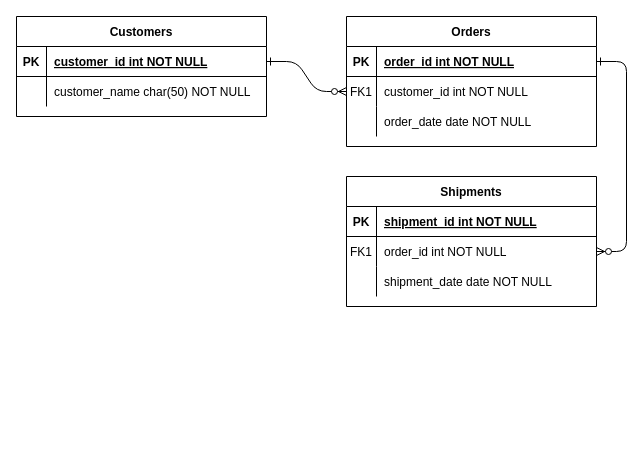
INNOVAcodersISPC/ARGBroker keeps this draw.io diagram as Documentación/Diagrama-Entidad-Relacion.drawio. Above is the earlier version. Source tidied: cells renumbered, new cells numbered last; positions are measured from the earlier drawing's top-left corner, leaving out a move shared by most shapes. Both pictures are drawn from the tidied source at 100%, with x=0, y=0 at pixel (16, 16).
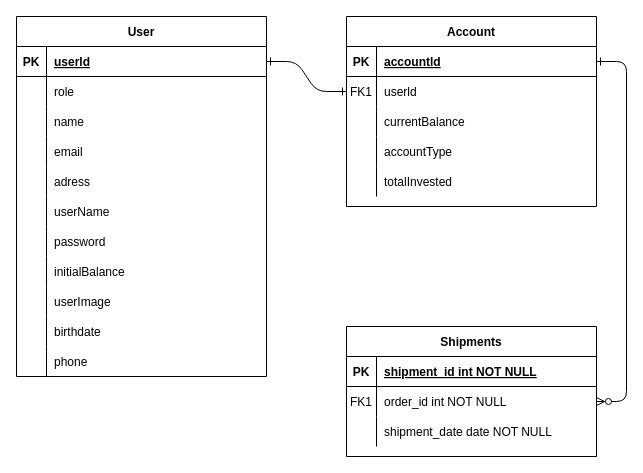
After the change.

Unchanged cells that the change refers to:
```xml
<mxCell id="5" style="shape=partialRectangle;fillColor=none;points=[[0,0.5],[1,0.5]];portConstraint=eastwest;top=0;left=0;right=0;bottom=1;" parent="4" vertex="1">
  <mxGeometry y="30" width="250" height="30" as="geometry" />
</mxCell>
<mxCell id="8" style="shape=partialRectangle;fillColor=none;points=[[0,0.5],[1,0.5]];portConstraint=eastwest;top=0;left=0;right=0;bottom=0;" parent="4" vertex="1">
  <mxGeometry y="60" width="250" height="30" as="geometry" />
</mxCell>
<mxCell id="11" style="shape=partialRectangle;fillColor=none;top=0;left=0;right=0;bottom=0;" parent="4" vertex="1">
  <mxGeometry y="90" width="250" height="30" as="geometry" />
</mxCell>
<mxCell id="25" style="shape=partialRectangle;fillColor=none;points=[[0,0.5],[1,0.5]];portConstraint=eastwest;top=0;left=0;right=0;bottom=1;" parent="24" vertex="1">
  <mxGeometry y="30" width="250" height="30" as="geometry" />
</mxCell>
<mxCell id="28" style="shape=partialRectangle;fillColor=none;top=0;left=0;right=0;bottom=0;" parent="24" vertex="1">
  <mxGeometry y="60" width="250" height="30" as="geometry" />
</mxCell>
```

Diff of the diagram source:
```diff
@@
-    <mxCell id="2" style="edgeStyle=entityRelationEdgeStyle;endArrow=ERzeroToMany;startArrow=ERone;endFill=1;startFill=0;" parent="1" edge="1" source="25" target="8">
+    <mxCell id="2" style="edgeStyle=entityRelationEdgeStyle;endArrow=ERone;startArrow=ERone;endFill=0;startFill=0;" parent="1" edge="1" source="25" target="8">
       <mxGeometry relative="1" as="geometry" />
     </mxCell>
@@
-    <mxCell id="4" value="Orders" style="shape=table;startSize=30;childLayout=tableLayout;rowLines=0;fontStyle=1;align=center;" parent="1" vertex="1">
-      <mxGeometry x="330" width="250" height="130" as="geometry" />
+    <mxCell id="4" value="Account" style="shape=table;startSize=30;childLayout=tableLayout;rowLines=0;fontStyle=1;align=center;" parent="1" vertex="1">
+      <mxGeometry x="330" width="250" height="190" as="geometry" />
     </mxCell>
@@
-    <mxCell id="7" value="order_id int NOT NULL " style="shape=partialRectangle;overflow=hidden;fillColor=none;top=0;left=0;bottom=0;right=0;align=left;spacingLeft=6;fontStyle=5;" parent="5" vertex="1">
+    <mxCell id="7" value="accountld" style="shape=partialRectangle;overflow=hidden;fillColor=none;top=0;left=0;bottom=0;right=0;align=left;spacingLeft=6;fontStyle=5;" parent="5" vertex="1">
       <mxGeometry x="30" width="220" height="30" as="geometry" />
     </mxCell>
@@
-    <mxCell id="10" value="customer_id int NOT NULL" style="shape=partialRectangle;overflow=hidden;fillColor=none;top=0;left=0;bottom=0;right=0;align=left;spacingLeft=6;" parent="8" vertex="1">
+    <mxCell id="10" value="userld" style="shape=partialRectangle;overflow=hidden;fillColor=none;top=0;left=0;bottom=0;right=0;align=left;spacingLeft=6;" parent="8" vertex="1">
       <mxGeometry x="30" width="220" height="30" as="geometry" />
     </mxCell>
@@
-    <mxCell id="13" value="order_date date NOT NULL" style="shape=partialRectangle;overflow=hidden;fillColor=none;top=0;left=0;bottom=0;right=0;align=left;spacingLeft=6;" parent="11" vertex="1">
+    <mxCell id="13" value="currentBalance" style="shape=partialRectangle;overflow=hidden;fillColor=none;top=0;left=0;bottom=0;right=0;align=left;spacingLeft=6;" parent="11" vertex="1">
       <mxGeometry x="30" width="220" height="30" as="geometry" />
     </mxCell>
+    <mxCell id="31" style="shape=partialRectangle;fillColor=none;top=0;left=0;right=0;bottom=0;" parent="4" vertex="1">
+      <mxGeometry y="120" width="250" height="30" as="geometry" />
+    </mxCell>
+    <mxCell id="32" style="shape=partialRectangle;overflow=hidden;fillColor=none;top=0;left=0;bottom=0;right=0;" parent="31" vertex="1">
+      <mxGeometry width="30" height="30" as="geometry" />
+    </mxCell>
+    <mxCell id="33" value="accountType" style="shape=partialRectangle;overflow=hidden;fillColor=none;top=0;left=0;bottom=0;right=0;align=left;spacingLeft=6;" parent="31" vertex="1">
+      <mxGeometry x="30" width="220" height="30" as="geometry" />
+    </mxCell>
+    <mxCell id="34" style="shape=partialRectangle;fillColor=none;top=0;left=0;right=0;bottom=0;" parent="4" vertex="1">
+      <mxGeometry y="150" width="250" height="30" as="geometry" />
+    </mxCell>
+    <mxCell id="35" style="shape=partialRectangle;overflow=hidden;fillColor=none;top=0;left=0;bottom=0;right=0;" parent="34" vertex="1">
+      <mxGeometry width="30" height="30" as="geometry" />
+    </mxCell>
+    <mxCell id="36" value="totalInvested" style="shape=partialRectangle;overflow=hidden;fillColor=none;top=0;left=0;bottom=0;right=0;align=left;spacingLeft=6;" parent="34" vertex="1">
+      <mxGeometry x="30" width="220" height="30" as="geometry" />
+    </mxCell>
     <mxCell id="14" value="Shipments" style="shape=table;startSize=30;childLayout=tableLayout;rowLines=0;fontStyle=1;align=center;" parent="1" vertex="1">
-      <mxGeometry x="330" y="160" width="250" height="130" as="geometry" />
+      <mxGeometry x="330" y="310" width="250" height="130" as="geometry" />
     </mxCell>
@@
-    <mxCell id="24" value="Customers" style="shape=table;startSize=30;childLayout=tableLayout;rowLines=0;fontStyle=1;align=center;" parent="1" vertex="1">
-      <mxGeometry width="250" height="100" as="geometry" />
+    <mxCell id="24" value="User" style="shape=table;startSize=30;childLayout=tableLayout;rowLines=0;fontStyle=1;align=center;" parent="1" vertex="1">
+      <mxGeometry width="250" height="360" as="geometry" />
     </mxCell>
@@
-    <mxCell id="27" value="customer_id int NOT NULL " style="shape=partialRectangle;overflow=hidden;fillColor=none;top=0;left=0;bottom=0;right=0;align=left;spacingLeft=6;fontStyle=5;" parent="25" vertex="1">
+    <mxCell id="27" value="userld" style="shape=partialRectangle;overflow=hidden;fillColor=none;top=0;left=0;bottom=0;right=0;align=left;spacingLeft=6;fontStyle=5;" parent="25" vertex="1">
       <mxGeometry x="30" width="220" height="30" as="geometry" />
     </mxCell>
@@
-    <mxCell id="30" value="customer_name char(50) NOT NULL" style="shape=partialRectangle;overflow=hidden;fillColor=none;top=0;left=0;bottom=0;right=0;align=left;spacingLeft=6;" parent="28" vertex="1">
+    <mxCell id="30" value="role" style="shape=partialRectangle;overflow=hidden;fillColor=none;top=0;left=0;bottom=0;right=0;align=left;spacingLeft=6;" parent="28" vertex="1">
       <mxGeometry x="30" width="220" height="30" as="geometry" />
     </mxCell>
+    <mxCell id="37" style="shape=partialRectangle;fillColor=none;top=0;left=0;right=0;bottom=0;" parent="24" vertex="1">
+      <mxGeometry y="90" width="250" height="30" as="geometry" />
+    </mxCell>
+    <mxCell id="38" style="shape=partialRectangle;overflow=hidden;fillColor=none;top=0;left=0;bottom=0;right=0;" parent="37" vertex="1">
+      <mxGeometry width="30" height="30" as="geometry" />
+    </mxCell>
+    <mxCell id="39" value="name" style="shape=partialRectangle;overflow=hidden;fillColor=none;top=0;left=0;bottom=0;right=0;align=left;spacingLeft=6;" parent="37" vertex="1">
+      <mxGeometry x="30" width="220" height="30" as="geometry" />
+    </mxCell>
+    <mxCell id="40" style="shape=partialRectangle;fillColor=none;top=0;left=0;right=0;bottom=0;" parent="24" vertex="1">
+      <mxGeometry y="120" width="250" height="30" as="geometry" />
+    </mxCell>
+    <mxCell id="41" style="shape=partialRectangle;overflow=hidden;fillColor=none;top=0;left=0;bottom=0;right=0;" parent="40" vertex="1">
+      <mxGeometry width="30" height="30" as="geometry" />
+    </mxCell>
+    <mxCell id="42" value="email" style="shape=partialRectangle;overflow=hidden;fillColor=none;top=0;left=0;bottom=0;right=0;align=left;spacingLeft=6;" parent="40" vertex="1">
+      <mxGeometry x="30" width="220" height="30" as="geometry" />
+    </mxCell>
+    <mxCell id="43" style="shape=partialRectangle;fillColor=none;top=0;left=0;right=0;bottom=0;" parent="24" vertex="1">
+      <mxGeometry y="150" width="250" height="30" as="geometry" />
+    </mxCell>
+    <mxCell id="44" style="shape=partialRectangle;overflow=hidden;fillColor=none;top=0;left=0;bottom=0;right=0;" parent="43" vertex="1">
+      <mxGeometry width="30" height="30" as="geometry" />
+    </mxCell>
+    <mxCell id="45" value="adress" style="shape=partialRectangle;overflow=hidden;fillColor=none;top=0;left=0;bottom=0;right=0;align=left;spacingLeft=6;" parent="43" vertex="1">
+      <mxGeometry x="30" width="220" height="30" as="geometry" />
+    </mxCell>
+    <mxCell id="46" style="shape=partialRectangle;fillColor=none;top=0;left=0;right=0;bottom=0;" parent="24" vertex="1">
+      <mxGeometry y="180" width="250" height="30" as="geometry" />
+    </mxCell>
+    <mxCell id="47" style="shape=partialRectangle;overflow=hidden;fillColor=none;top=0;left=0;bottom=0;right=0;" parent="46" vertex="1">
+      <mxGeometry width="30" height="30" as="geometry" />
+    </mxCell>
+    <mxCell id="48" value="userName" style="shape=partialRectangle;overflow=hidden;fillColor=none;top=0;left=0;bottom=0;right=0;align=left;spacingLeft=6;" parent="46" vertex="1">
+      <mxGeometry x="30" width="220" height="30" as="geometry" />
+    </mxCell>
+    <mxCell id="49" style="shape=partialRectangle;fillColor=none;top=0;left=0;right=0;bottom=0;" parent="24" vertex="1">
+      <mxGeometry y="210" width="250" height="30" as="geometry" />
+    </mxCell>
+    <mxCell id="50" style="shape=partialRectangle;overflow=hidden;fillColor=none;top=0;left=0;bottom=0;right=0;" parent="49" vertex="1">
+      <mxGeometry width="30" height="30" as="geometry" />
+    </mxCell>
+    <mxCell id="51" value="password" style="shape=partialRectangle;overflow=hidden;fillColor=none;top=0;left=0;bottom=0;right=0;align=left;spacingLeft=6;" parent="49" vertex="1">
+      <mxGeometry x="30" width="220" height="30" as="geometry" />
+    </mxCell>
+    <mxCell id="52" style="shape=partialRectangle;fillColor=none;top=0;left=0;right=0;bottom=0;" parent="24" vertex="1">
+      <mxGeometry y="240" width="250" height="30" as="geometry" />
+    </mxCell>
+    <mxCell id="53" style="shape=partialRectangle;overflow=hidden;fillColor=none;top=0;left=0;bottom=0;right=0;" parent="52" vertex="1">
+      <mxGeometry width="30" height="30" as="geometry" />
+    </mxCell>
+    <mxCell id="54" value="initialBalance" style="shape=partialRectangle;overflow=hidden;fillColor=none;top=0;left=0;bottom=0;right=0;align=left;spacingLeft=6;" parent="52" vertex="1">
+      <mxGeometry x="30" width="220" height="30" as="geometry" />
+    </mxCell>
+    <mxCell id="55" style="shape=partialRectangle;fillColor=none;top=0;left=0;right=0;bottom=0;" parent="24" vertex="1">
+      <mxGeometry y="270" width="250" height="30" as="geometry" />
+    </mxCell>
+    <mxCell id="56" style="shape=partialRectangle;overflow=hidden;fillColor=none;top=0;left=0;bottom=0;right=0;" parent="55" vertex="1">
+      <mxGeometry width="30" height="30" as="geometry" />
+    </mxCell>
+    <mxCell id="57" value="userImage" style="shape=partialRectangle;overflow=hidden;fillColor=none;top=0;left=0;bottom=0;right=0;align=left;spacingLeft=6;" parent="55" vertex="1">
+      <mxGeometry x="30" width="220" height="30" as="geometry" />
+    </mxCell>
+    <mxCell id="58" style="shape=partialRectangle;fillColor=none;top=0;left=0;right=0;bottom=0;" parent="24" vertex="1">
+      <mxGeometry y="300" width="250" height="30" as="geometry" />
+    </mxCell>
+    <mxCell id="59" style="shape=partialRectangle;overflow=hidden;fillColor=none;top=0;left=0;bottom=0;right=0;" parent="58" vertex="1">
+      <mxGeometry width="30" height="30" as="geometry" />
+    </mxCell>
+    <mxCell id="60" value="birthdate" style="shape=partialRectangle;overflow=hidden;fillColor=none;top=0;left=0;bottom=0;right=0;align=left;spacingLeft=6;" parent="58" vertex="1">
+      <mxGeometry x="30" width="220" height="30" as="geometry" />
+    </mxCell>
+    <mxCell id="61" style="shape=partialRectangle;fillColor=none;top=0;left=0;right=0;bottom=0;" parent="24" vertex="1">
+      <mxGeometry y="330" width="250" height="30" as="geometry" />
+    </mxCell>
+    <mxCell id="62" style="shape=partialRectangle;overflow=hidden;fillColor=none;top=0;left=0;bottom=0;right=0;" parent="61" vertex="1">
+      <mxGeometry width="30" height="30" as="geometry" />
+    </mxCell>
+    <mxCell id="63" value="phone" style="shape=partialRectangle;overflow=hidden;fillColor=none;top=0;left=0;bottom=0;right=0;align=left;spacingLeft=6;" parent="61" vertex="1">
+      <mxGeometry x="30" width="220" height="30" as="geometry" />
+    </mxCell>
```
